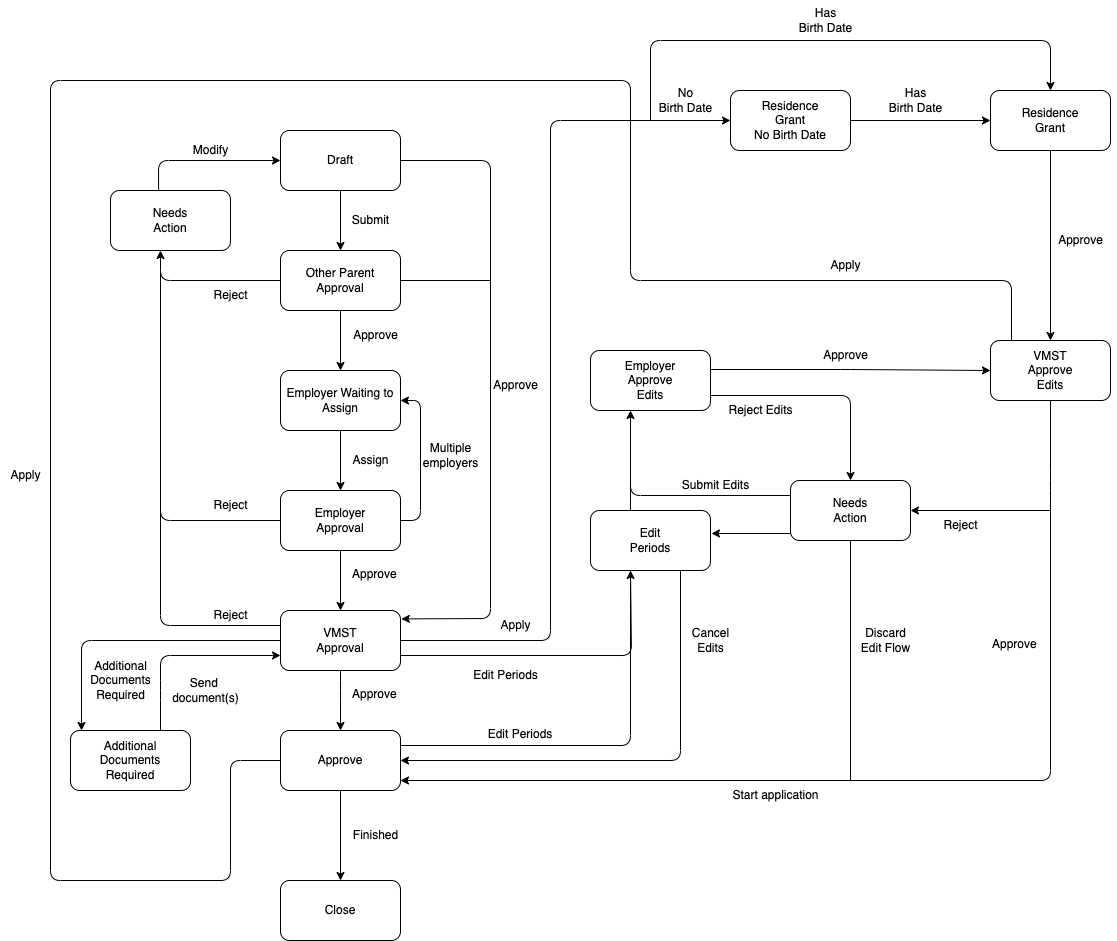
Earlier version of the draw.io export libs/application/templates/parental-leave/assets/parental-leave-flow-chart-2.png (island-is/island.is). Source tidied: cells renumbered, new cells last; positions are measured from the earlier drawing's top-left corner, leaving out a move shared by most shapes.
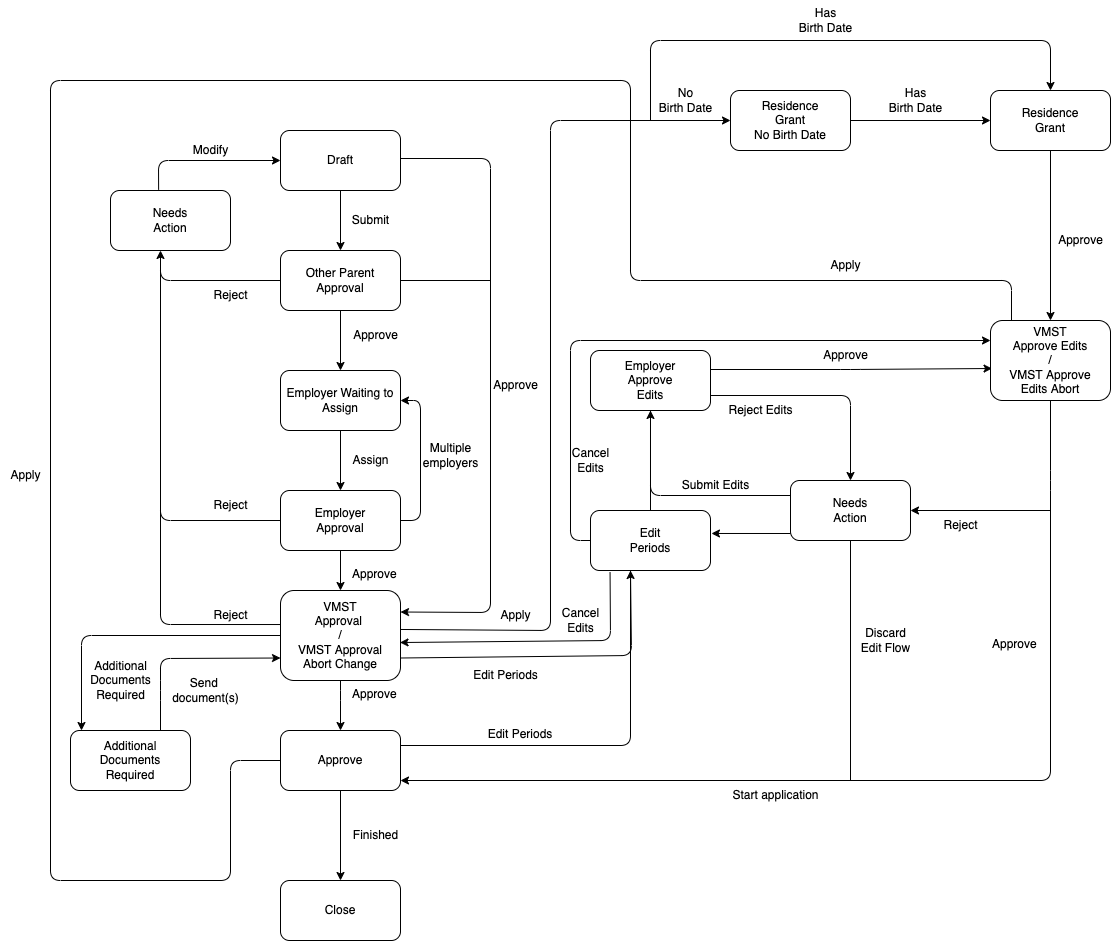
The same file after the commit.

Commit message:
fix(parental-leave): Update flow chart

Diff of the diagram source:
```diff
@@ -30,8 +30,8 @@
         </Array>
       </mxGeometry>
     </mxCell>
-    <mxCell id="8" value="VMST&lt;br&gt;Approval" style="rounded=1;whiteSpace=wrap;html=1;" parent="1" vertex="1">
-      <mxGeometry x="280" y="610" width="120" height="60" as="geometry" />
+    <mxCell id="8" value="VMST&lt;br&gt;Approval &lt;br&gt;/&lt;br&gt;VMST Approval&lt;br&gt;Abort Change" style="rounded=1;whiteSpace=wrap;html=1;" parent="1" vertex="1">
+      <mxGeometry x="280" y="590" width="120" height="90" as="geometry" />
     </mxCell>
     <mxCell id="9" value="Approve" style="rounded=1;whiteSpace=wrap;html=1;" parent="1" vertex="1">
       <mxGeometry x="280" y="730" width="120" height="60" as="geometry" />
@@ -45,14 +45,22 @@
     <mxCell id="12" value="Additional&lt;br&gt;Documents&lt;br&gt;Required" style="rounded=1;whiteSpace=wrap;html=1;" parent="1" vertex="1">
       <mxGeometry x="70" y="730" width="120" height="60" as="geometry" />
     </mxCell>
+    <mxCell id="80" style="edgeStyle=none;html=1;entryX=0;entryY=0.25;entryDx=0;entryDy=0;exitX=0;exitY=0.5;exitDx=0;exitDy=0;" parent="1" edge="1" source="13" target="15">
+      <mxGeometry relative="1" as="geometry">
+        <Array as="points">
+          <mxPoint x="570" y="540" />
+          <mxPoint x="570" y="340" />
+        </Array>
+      </mxGeometry>
+    </mxCell>
     <mxCell id="13" value="Edit&lt;br&gt;Periods" style="rounded=1;whiteSpace=wrap;html=1;" parent="1" vertex="1">
       <mxGeometry x="590" y="510" width="120" height="60" as="geometry" />
     </mxCell>
     <mxCell id="14" value="Employer&lt;br&gt;Approve&lt;br&gt;Edits" style="rounded=1;whiteSpace=wrap;html=1;" parent="1" vertex="1">
       <mxGeometry x="590" y="350" width="120" height="60" as="geometry" />
     </mxCell>
-    <mxCell id="15" value="VMST&lt;br&gt;Approve&lt;br&gt;Edits" style="rounded=1;whiteSpace=wrap;html=1;" parent="1" vertex="1">
-      <mxGeometry x="990" y="340" width="120" height="60" as="geometry" />
+    <mxCell id="15" value="VMST&lt;br&gt;Approve Edits&lt;br&gt;/&lt;br&gt;VMST Approve&lt;br&gt;Edits Abort" style="rounded=1;whiteSpace=wrap;html=1;" parent="1" vertex="1">
+      <mxGeometry x="990" y="320" width="120" height="80" as="geometry" />
     </mxCell>
     <mxCell id="16" value="Needs&lt;br&gt;Action" style="rounded=1;whiteSpace=wrap;html=1;" parent="1" vertex="1">
       <mxGeometry x="790" y="480" width="120" height="60" as="geometry" />
@@ -75,10 +83,10 @@
         <mxPoint x="340" y="490" as="targetPoint" />
       </mxGeometry>
     </mxCell>
-    <mxCell id="21" style="endArrow=classic;html=1;entryX=0.5;entryY=0;entryDx=0;entryDy=0;exitX=0.5;exitY=1;exitDx=0;exitDy=0;fontColor=#FFFFFF;strokeColor=#000000;" parent="1" edge="1">
+    <mxCell id="21" style="endArrow=classic;html=1;exitX=0.5;exitY=1;exitDx=0;exitDy=0;fontColor=#FFFFFF;strokeColor=#000000;" parent="1" edge="1">
       <mxGeometry relative="1" as="geometry">
         <mxPoint x="340" y="550" as="sourcePoint" />
-        <mxPoint x="340" y="610" as="targetPoint" />
+        <mxPoint x="340" y="590" as="targetPoint" />
       </mxGeometry>
     </mxCell>
     <mxCell id="22" style="endArrow=classic;html=1;entryX=0.5;entryY=0;entryDx=0;entryDy=0;exitX=0.5;exitY=1;exitDx=0;exitDy=0;fontColor=#FFFFFF;strokeColor=#000000;" parent="1" edge="1" target="10">
@@ -102,19 +110,21 @@
         </Array>
       </mxGeometry>
     </mxCell>
-    <mxCell id="25" style="endArrow=none;html=1;exitX=0;exitY=0.25;exitDx=0;exitDy=0;fontColor=#FFFFFF;strokeColor=#000000;" parent="1" edge="1" source="8">
+    <mxCell id="25" style="endArrow=none;html=1;exitX=0.004;exitY=0.378;exitDx=0;exitDy=0;fontColor=#FFFFFF;strokeColor=#000000;exitPerimeter=0;" parent="1" edge="1" source="8">
       <mxGeometry relative="1" as="geometry">
         <mxPoint x="160" y="390" as="targetPoint" />
         <Array as="points">
-          <mxPoint x="160" y="625" />
+          <mxPoint x="160" y="624" />
         </Array>
       </mxGeometry>
     </mxCell>
-    <mxCell id="26" style="endArrow=classic;html=1;exitX=1;exitY=0.5;exitDx=0;exitDy=0;entryX=1.007;entryY=0.14;entryDx=0;entryDy=0;entryPerimeter=0;fontColor=#FFFFFF;strokeColor=#000000;" parent="1" edge="1" source="2" target="8">
+    <mxCell id="26" style="endArrow=classic;html=1;exitX=1;exitY=0.5;exitDx=0;exitDy=0;fontColor=#FFFFFF;strokeColor=#000000;entryX=1;entryY=0.25;entryDx=0;entryDy=0;" parent="1" edge="1">
       <mxGeometry relative="1" as="geometry">
+        <mxPoint x="400" y="158" as="sourcePoint" />
+        <mxPoint x="400" y="611.5" as="targetPoint" />
         <Array as="points">
-          <mxPoint x="490" y="160" />
-          <mxPoint x="490" y="618" />
+          <mxPoint x="490" y="158" />
+          <mxPoint x="490" y="612" />
         </Array>
       </mxGeometry>
     </mxCell>
@@ -127,7 +137,7 @@
       <mxGeometry relative="1" as="geometry">
         <mxPoint x="81" y="730" as="targetPoint" />
         <Array as="points">
-          <mxPoint x="81" y="640" />
+          <mxPoint x="81" y="635" />
         </Array>
       </mxGeometry>
     </mxCell>
@@ -135,7 +145,7 @@
       <mxGeometry relative="1" as="geometry">
         <Array as="points">
           <mxPoint x="160" y="690" />
-          <mxPoint x="160" y="655" />
+          <mxPoint x="160" y="658" />
         </Array>
       </mxGeometry>
     </mxCell>
@@ -147,11 +157,8 @@
         </Array>
       </mxGeometry>
     </mxCell>
-    <mxCell id="31" style="endArrow=classic;html=1;strokeColor=#000000;" parent="1" edge="1">
-      <mxGeometry relative="1" as="geometry">
-        <mxPoint x="630" y="510" as="sourcePoint" />
-        <mxPoint x="630" y="410" as="targetPoint" />
-      </mxGeometry>
+    <mxCell id="31" style="endArrow=classic;html=1;strokeColor=#000000;entryX=0.5;entryY=1;entryDx=0;entryDy=0;exitX=0.5;exitY=0;exitDx=0;exitDy=0;" parent="1" edge="1" source="13" target="14">
+      <mxGeometry relative="1" as="geometry" />
     </mxCell>
     <mxCell id="32" style="endArrow=none;html=1;exitX=1;exitY=0.25;exitDx=0;exitDy=0;strokeColor=#000000;" parent="1" edge="1" source="9">
       <mxGeometry relative="1" as="geometry">
@@ -161,14 +168,14 @@
         </Array>
       </mxGeometry>
     </mxCell>
-    <mxCell id="33" style="endArrow=classic;html=1;entryX=1;entryY=0.5;entryDx=0;entryDy=0;exitX=0.75;exitY=1;exitDx=0;exitDy=0;fontColor=#FFFFFF;strokeColor=#000000;" parent="1" edge="1" source="13" target="9">
+    <mxCell id="33" style="endArrow=classic;html=1;entryX=0.996;entryY=0.578;entryDx=0;entryDy=0;exitX=0.163;exitY=1.033;exitDx=0;exitDy=0;fontColor=#FFFFFF;strokeColor=#000000;exitPerimeter=0;entryPerimeter=0;" parent="1" edge="1" source="13" target="8">
       <mxGeometry relative="1" as="geometry">
         <Array as="points">
-          <mxPoint x="680" y="760" />
+          <mxPoint x="610" y="640" />
         </Array>
       </mxGeometry>
     </mxCell>
-    <mxCell id="34" style="endArrow=classic;html=1;entryX=0;entryY=0.5;entryDx=0;entryDy=0;fontColor=#FFFFFF;strokeColor=#000000;" parent="1" edge="1" target="15">
+    <mxCell id="34" style="endArrow=classic;html=1;entryX=0.013;entryY=0.6;entryDx=0;entryDy=0;fontColor=#FFFFFF;strokeColor=#000000;entryPerimeter=0;" parent="1" edge="1" target="15">
       <mxGeometry relative="1" as="geometry">
         <mxPoint x="710" y="369" as="sourcePoint" />
         <Array as="points">
@@ -183,11 +190,10 @@
         </Array>
       </mxGeometry>
     </mxCell>
-    <mxCell id="36" style="endArrow=none;html=1;entryX=0;entryY=0.25;entryDx=0;entryDy=0;strokeColor=#000000;" parent="1" edge="1" target="16">
+    <mxCell id="36" style="endArrow=none;html=1;entryX=0;entryY=0.25;entryDx=0;entryDy=0;strokeColor=#000000;exitX=0.5;exitY=1;exitDx=0;exitDy=0;" parent="1" edge="1" source="14" target="16">
       <mxGeometry relative="1" as="geometry">
-        <mxPoint x="630" y="420" as="sourcePoint" />
         <Array as="points">
-          <mxPoint x="630" y="495" />
+          <mxPoint x="650" y="495" />
         </Array>
       </mxGeometry>
     </mxCell>
@@ -265,7 +271,7 @@
       <mxGeometry x="850" y="620" width="70" height="40" as="geometry" />
     </mxCell>
     <mxCell id="56" value="Cancel&lt;br&gt;Edits" style="text;html=1;align=center;verticalAlign=middle;strokeColor=none;fillColor=none;fontColor=#000000;" parent="1" vertex="1">
-      <mxGeometry x="680" y="620" width="60" height="40" as="geometry" />
+      <mxGeometry x="550" y="600" width="60" height="40" as="geometry" />
     </mxCell>
     <mxCell id="57" value="Reject Edits" style="text;html=1;align=center;verticalAlign=middle;strokeColor=none;fillColor=none;fontColor=#000000;" parent="1" vertex="1">
       <mxGeometry x="715" y="395" width="90" height="30" as="geometry" />
@@ -294,10 +300,10 @@
     <mxCell id="65" value="Residence&lt;br&gt;Grant&lt;br&gt;No Birth Date" style="rounded=1;whiteSpace=wrap;html=1;" parent="1" vertex="1">
       <mxGeometry x="730" y="90" width="120" height="60" as="geometry" />
     </mxCell>
-    <mxCell id="66" style="endArrow=classic;html=1;exitX=1;exitY=0.5;exitDx=0;exitDy=0;entryX=0;entryY=0.5;entryDx=0;entryDy=0;fontColor=#FFFFFF;strokeColor=#000000;" parent="1" edge="1" source="8" target="65">
+    <mxCell id="66" style="endArrow=classic;html=1;entryX=0;entryY=0.5;entryDx=0;entryDy=0;fontColor=#FFFFFF;strokeColor=#000000;exitX=1.004;exitY=0.433;exitDx=0;exitDy=0;exitPerimeter=0;" parent="1" edge="1" source="8" target="65">
       <mxGeometry relative="1" as="geometry">
         <Array as="points">
-          <mxPoint x="550" y="640" />
+          <mxPoint x="550" y="630" />
           <mxPoint x="550" y="120" />
         </Array>
       </mxGeometry>
@@ -319,7 +325,7 @@
     </mxCell>
     <mxCell id="69" style="endArrow=none;html=1;fontColor=#FFFFFF;strokeColor=#000000;" parent="1" edge="1">
       <mxGeometry relative="1" as="geometry">
-        <mxPoint x="1011" y="340" as="sourcePoint" />
+        <mxPoint x="1011" y="320" as="sourcePoint" />
         <mxPoint x="630" y="120" as="targetPoint" />
         <Array as="points">
           <mxPoint x="1011" y="280" />
@@ -355,7 +361,7 @@
       <mxGeometry x="820" y="250" width="50" height="30" as="geometry" />
     </mxCell>
     <mxCell id="77" value="Apply" style="text;html=1;align=center;verticalAlign=middle;strokeColor=none;fillColor=none;fontColor=#000000;" parent="1" vertex="1">
-      <mxGeometry x="490" y="610" width="50" height="30" as="geometry" />
+      <mxGeometry x="490" y="600" width="50" height="30" as="geometry" />
     </mxCell>
     <mxCell id="78" value="Apply" style="text;html=1;align=center;verticalAlign=middle;fillColor=none;fontColor=#000000;" parent="1" vertex="1">
       <mxGeometry y="460" width="50" height="30" as="geometry" />
@@ -363,5 +369,8 @@
     <mxCell id="79" value="Multiple&lt;br&gt;employers" style="text;html=1;align=center;verticalAlign=middle;strokeColor=none;fillColor=none;fontColor=#000000;" parent="1" vertex="1">
       <mxGeometry x="410" y="435" width="80" height="40" as="geometry" />
     </mxCell>
+    <mxCell id="81" value="Cancel&lt;br&gt;Edits" style="text;html=1;align=center;verticalAlign=middle;strokeColor=none;fillColor=none;fontColor=#000000;" parent="1" vertex="1">
+      <mxGeometry x="560" y="440" width="60" height="40" as="geometry" />
+    </mxCell>
   </root>
 </mxGraphModel>
```
